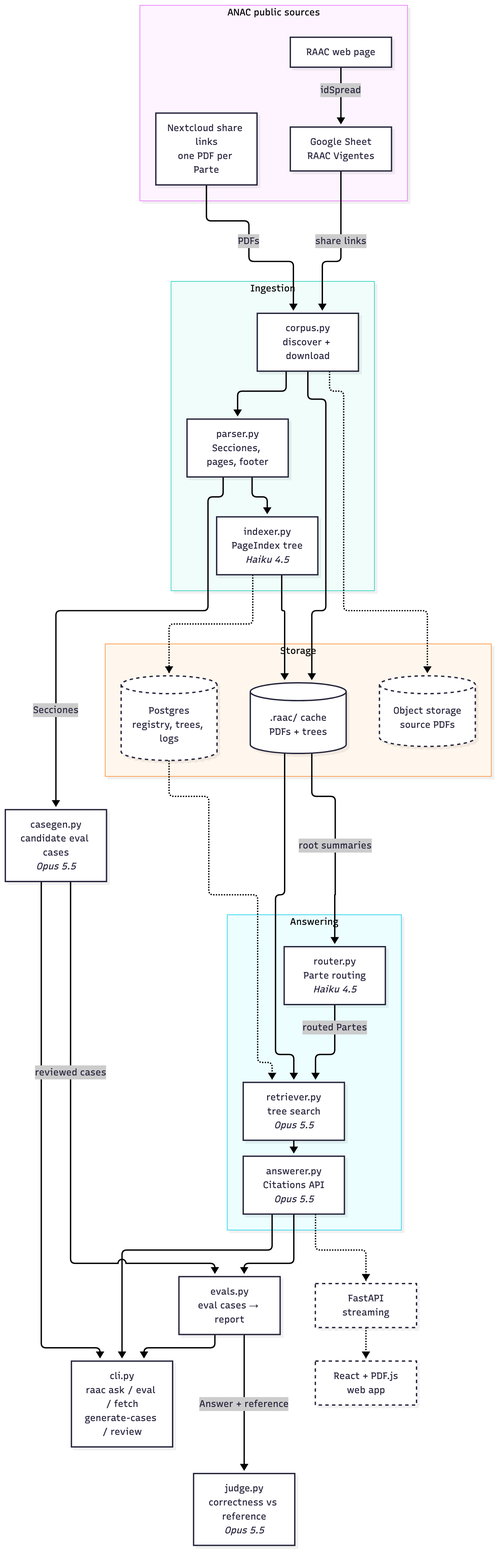
The Mermaid diagram docs/diagrams/architecture.png in Guernik/raac-rag, before a commit. Its source is kept beside it as docs/diagrams/architecture.mmd.
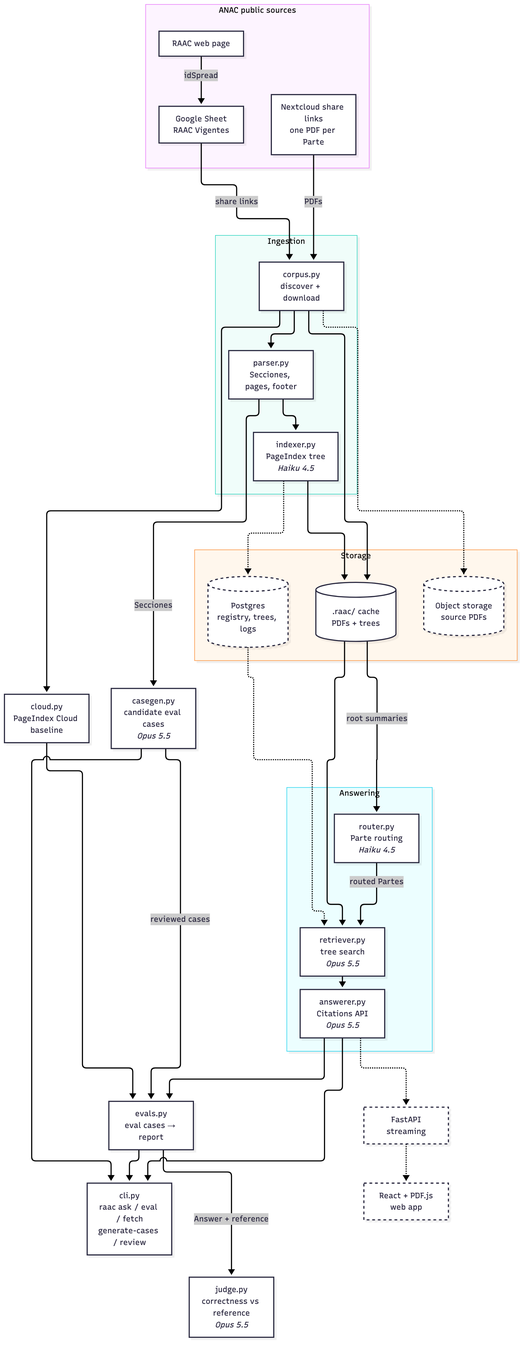
The same file after the commit.

Commit message:
feat: PageIndex Cloud pipeline adapter for eval comparison (#52)

Diff of the diagram source:
```diff
@@ -26,6 +26,7 @@
     evals["evals.py<br/>eval cases → report"]
     judge["judge.py<br/>correctness vs reference<br/><i>Opus 5.5</i>"]
     casegen["casegen.py<br/>candidate eval cases<br/><i>Opus 5.5</i>"]
+    cloud["cloud.py<br/>PageIndex Cloud baseline"]
 
     cli["cli.py<br/>raac ask / eval / fetch<br/>generate-cases / review"]
     api["FastAPI<br/>streaming"]
@@ -50,6 +51,7 @@
     parser -- Secciones --> casegen
     casegen -- reviewed cases --> evals
     casegen --> cli
+    corpus --> cloud --> evals
     answerer -.-> api -.-> web
 
     classDef planned stroke-dasharray: 5 5
```
